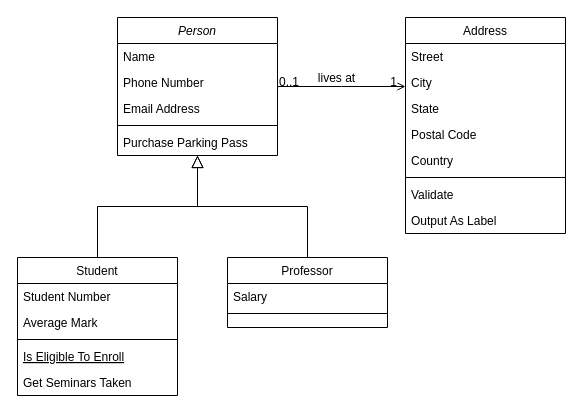
overturncat/picbook keeps this draw.io diagram as struct.drawio. Above is the earlier version. Source tidied: cells renumbered, new cells numbered last; positions are measured from the earlier drawing's top-left corner, leaving out a move shared by most shapes. Both pictures are drawn from the tidied source at 100%, with x=0, y=0 at pixel (17, 17).
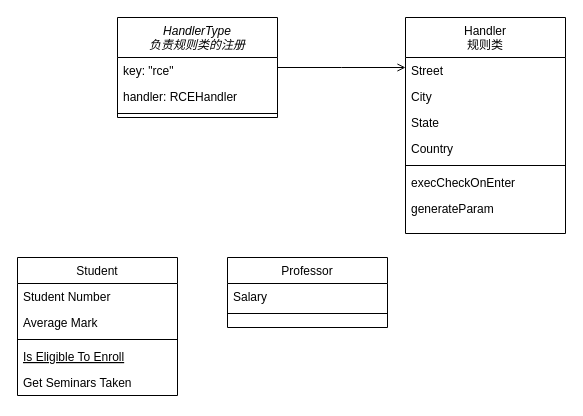
The same diagram, later.

The change refers to these unchanged cells:
```xml
<mxCell id="8" value="Student" style="swimlane;fontStyle=0;align=center;verticalAlign=top;horizontal=1;startSize=26;rounded=0;shadow=0;strokeWidth=1;" parent="1" vertex="1">
  <mxGeometry y="240" width="160" height="138" as="geometry" />
</mxCell>
<mxCell id="15" value="Professor" style="swimlane;fontStyle=0;align=center;verticalAlign=top;horizontal=1;startSize=26;rounded=0;shadow=0;strokeWidth=1;" parent="1" vertex="1">
  <mxGeometry x="210" y="240" width="160" height="70" as="geometry" />
</mxCell>
<mxCell id="28" style="endArrow=open;shadow=0;strokeWidth=1;rounded=0;endFill=1;edgeStyle=elbowEdgeStyle;elbow=vertical;" parent="1" edge="1" source="2" target="19">
  <mxGeometry x="0.5" y="41" relative="1" as="geometry">
    <mxPoint x="-40" y="32" as="offset" />
  </mxGeometry>
</mxCell>
```

The edit, as a diff of the source:
```diff
@@
-    <mxCell id="2" value="Person" style="swimlane;fontStyle=2;align=center;verticalAlign=top;horizontal=1;startSize=26;rounded=0;shadow=0;strokeWidth=1;" parent="1" vertex="1">
-      <mxGeometry x="100" width="160" height="138" as="geometry" />
+    <mxCell id="2" value="HandlerType&#10;负责规则类的注册" style="swimlane;fontStyle=2;align=center;verticalAlign=top;horizontal=1;startSize=40;rounded=0;shadow=0;strokeWidth=1;" parent="1" vertex="1">
+      <mxGeometry x="100" width="160" height="100" as="geometry" />
     </mxCell>
-    <mxCell id="3" value="Name" style="text;align=left;verticalAlign=top;spacingLeft=4;spacingRight=4;overflow=hidden;" parent="2" vertex="1">
-      <mxGeometry y="26" width="160" height="26" as="geometry" />
+    <mxCell id="3" value="key: &quot;rce&quot;" style="text;align=left;verticalAlign=top;spacingLeft=4;spacingRight=4;overflow=hidden;" parent="2" vertex="1">
+      <mxGeometry y="40" width="160" height="26" as="geometry" />
     </mxCell>
-    <mxCell id="4" value="Phone Number" style="text;align=left;verticalAlign=top;spacingLeft=4;spacingRight=4;overflow=hidden;rounded=0;shadow=0;html=0;" parent="2" vertex="1">
-      <mxGeometry y="52" width="160" height="26" as="geometry" />
+    <mxCell id="4" value="handler: RCEHandler" style="text;align=left;verticalAlign=top;spacingLeft=4;spacingRight=4;overflow=hidden;rounded=0;shadow=0;html=0;" parent="2" vertex="1">
+      <mxGeometry y="66" width="160" height="26" as="geometry" />
     </mxCell>
-    <mxCell id="5" value="Email Address" style="text;align=left;verticalAlign=top;spacingLeft=4;spacingRight=4;overflow=hidden;rounded=0;shadow=0;html=0;" parent="2" vertex="1">
-      <mxGeometry y="78" width="160" height="26" as="geometry" />
-    </mxCell>
     <mxCell id="6" style="line;html=1;strokeWidth=1;align=left;verticalAlign=middle;spacingTop=-1;spacingLeft=3;spacingRight=3;labelPosition=right;" parent="2" vertex="1">
-      <mxGeometry y="104" width="160" height="8" as="geometry" />
+      <mxGeometry y="92" width="160" height="8" as="geometry" />
     </mxCell>
-    <mxCell id="7" value="Purchase Parking Pass" style="text;align=left;verticalAlign=top;spacingLeft=4;spacingRight=4;overflow=hidden;" parent="2" vertex="1">
-      <mxGeometry y="112" width="160" height="26" as="geometry" />
-    </mxCell>
@@
-    <mxCell id="14" style="endArrow=block;endSize=10;endFill=0;shadow=0;strokeWidth=1;rounded=0;edgeStyle=elbowEdgeStyle;elbow=vertical;" parent="1" edge="1" source="8" target="2">
-      <mxGeometry relative="1" as="geometry" />
-    </mxCell>
@@
-    <mxCell id="18" style="endArrow=block;endSize=10;endFill=0;shadow=0;strokeWidth=1;rounded=0;edgeStyle=elbowEdgeStyle;elbow=vertical;" parent="1" edge="1" source="15" target="2">
-      <mxGeometry relative="1" as="geometry" />
-    </mxCell>
-    <mxCell id="19" value="Address" style="swimlane;fontStyle=0;align=center;verticalAlign=top;horizontal=1;startSize=26;rounded=0;shadow=0;strokeWidth=1;" parent="1" vertex="1">
+    <mxCell id="19" value="Handler&#10;规则类" style="swimlane;fontStyle=0;align=center;verticalAlign=top;horizontal=1;startSize=40;rounded=0;shadow=0;strokeWidth=1;" parent="1" vertex="1">
       <mxGeometry x="388" width="160" height="216" as="geometry" />
     </mxCell>
     <mxCell id="20" value="Street" style="text;align=left;verticalAlign=top;spacingLeft=4;spacingRight=4;overflow=hidden;" parent="19" vertex="1">
-      <mxGeometry y="26" width="160" height="26" as="geometry" />
+      <mxGeometry y="40" width="160" height="26" as="geometry" />
     </mxCell>
     <mxCell id="21" value="City" style="text;align=left;verticalAlign=top;spacingLeft=4;spacingRight=4;overflow=hidden;rounded=0;shadow=0;html=0;" parent="19" vertex="1">
-      <mxGeometry y="52" width="160" height="26" as="geometry" />
+      <mxGeometry y="66" width="160" height="26" as="geometry" />
     </mxCell>
     <mxCell id="22" value="State" style="text;align=left;verticalAlign=top;spacingLeft=4;spacingRight=4;overflow=hidden;rounded=0;shadow=0;html=0;" parent="19" vertex="1">
-      <mxGeometry y="78" width="160" height="26" as="geometry" />
+      <mxGeometry y="92" width="160" height="26" as="geometry" />
     </mxCell>
-    <mxCell id="23" value="Postal Code" style="text;align=left;verticalAlign=top;spacingLeft=4;spacingRight=4;overflow=hidden;rounded=0;shadow=0;html=0;" parent="19" vertex="1">
-      <mxGeometry y="104" width="160" height="26" as="geometry" />
-    </mxCell>
     <mxCell id="24" value="Country" style="text;align=left;verticalAlign=top;spacingLeft=4;spacingRight=4;overflow=hidden;rounded=0;shadow=0;html=0;" parent="19" vertex="1">
-      <mxGeometry y="130" width="160" height="26" as="geometry" />
+      <mxGeometry y="118" width="160" height="26" as="geometry" />
     </mxCell>
     <mxCell id="25" style="line;html=1;strokeWidth=1;align=left;verticalAlign=middle;spacingTop=-1;spacingLeft=3;spacingRight=3;labelPosition=right;" parent="19" vertex="1">
-      <mxGeometry y="156" width="160" height="8" as="geometry" />
+      <mxGeometry y="144" width="160" height="8" as="geometry" />
     </mxCell>
-    <mxCell id="26" value="Validate" style="text;align=left;verticalAlign=top;spacingLeft=4;spacingRight=4;overflow=hidden;" parent="19" vertex="1">
-      <mxGeometry y="164" width="160" height="26" as="geometry" />
+    <mxCell id="26" value="execCheckOnEnter" style="text;align=left;verticalAlign=top;spacingLeft=4;spacingRight=4;overflow=hidden;" parent="19" vertex="1">
+      <mxGeometry y="152" width="160" height="26" as="geometry" />
     </mxCell>
-    <mxCell id="27" value="Output As Label" style="text;align=left;verticalAlign=top;spacingLeft=4;spacingRight=4;overflow=hidden;" parent="19" vertex="1">
-      <mxGeometry y="190" width="160" height="26" as="geometry" />
+    <mxCell id="27" value="generateParam" style="text;align=left;verticalAlign=top;spacingLeft=4;spacingRight=4;overflow=hidden;" parent="19" vertex="1">
+      <mxGeometry y="178" width="160" height="26" as="geometry" />
     </mxCell>
@@
-    <mxCell id="29" value="0..1" style="align=left;verticalAlign=bottom;labelBackgroundColor=none;fontSize=12;" parent="28" vertex="1">
-      <mxGeometry x="-1" relative="1" as="geometry">
-        <mxPoint y="4" as="offset" />
-      </mxGeometry>
-    </mxCell>
-    <mxCell id="30" value="1" style="align=right;verticalAlign=bottom;labelBackgroundColor=none;fontSize=12;" parent="28" vertex="1">
-      <mxGeometry x="1" relative="1" as="geometry">
-        <mxPoint x="-7" y="4" as="offset" />
-      </mxGeometry>
-    </mxCell>
-    <mxCell id="31" value="lives at" style="text;html=1;align=center;verticalAlign=middle;labelBackgroundColor=none;rounded=0;shadow=0;strokeWidth=1;fontSize=12;" parent="28" vertex="1">
-      <mxGeometry x="0.5" y="49" relative="1" as="geometry">
-        <mxPoint x="-38" y="40" as="offset" />
-      </mxGeometry>
-    </mxCell>
```
